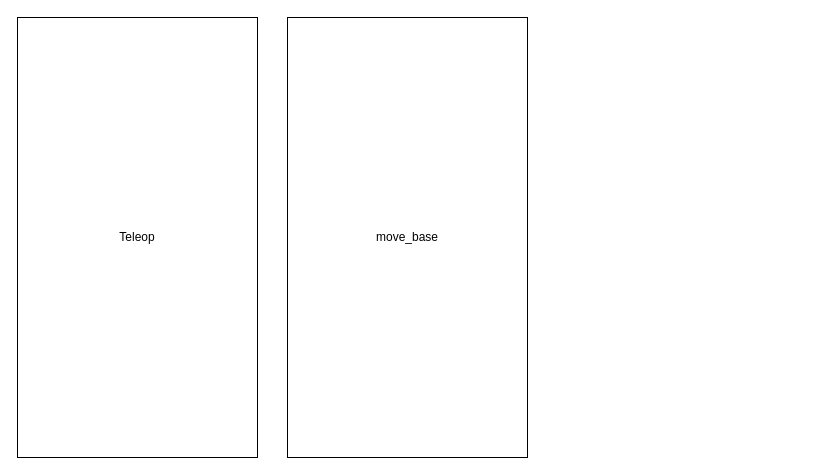
Before: page "Planning" (6 of 6) of legged_software_high_level.drawio in max-assel/legged_software_diagram, a draw.io diagram. Source tidied: cells renumbered, new cells numbered last; positions are measured from the earlier drawing's top-left corner, leaving out a move shared by most shapes. Both pictures are drawn from the tidied source at 100%, with x=0, y=0 at pixel (17, 17).
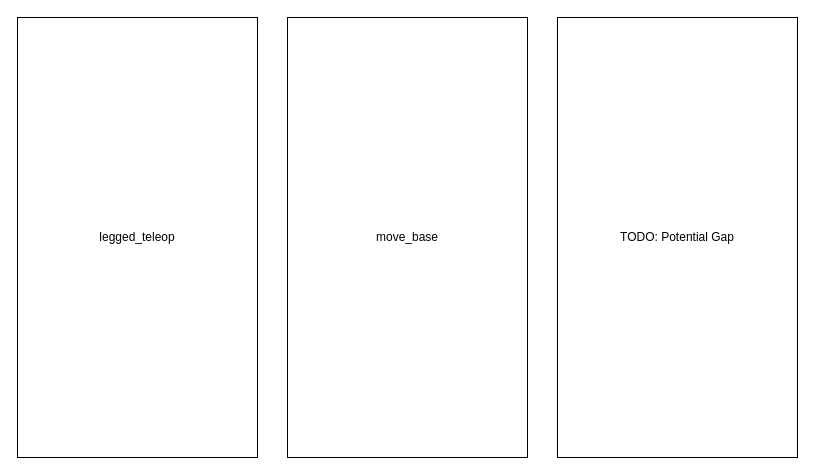
The same page after the edit.

Change to the diagram source:
```diff
@@
 <mxGraphModel>
   <root>
     <mxCell id="0" />
     <mxCell id="1" parent="0" />
-    <mxCell id="2" value="Teleop" style="rounded=0;whiteSpace=wrap;html=1;" parent="1" vertex="1">
+    <mxCell id="2" value="legged_teleop" style="rounded=0;whiteSpace=wrap;html=1;" parent="1" vertex="1">
       <mxGeometry width="240" height="440" as="geometry" />
     </mxCell>
     <mxCell id="3" value="move_base" style="rounded=0;whiteSpace=wrap;html=1;" parent="1" vertex="1">
       <mxGeometry x="270" width="240" height="440" as="geometry" />
     </mxCell>
+    <mxCell id="4" value="TODO: Potential Gap" style="rounded=0;whiteSpace=wrap;html=1;" parent="1" vertex="1">
+      <mxGeometry x="540" width="240" height="440" as="geometry" />
+    </mxCell>
   </root>
 </mxGraphModel>
```
